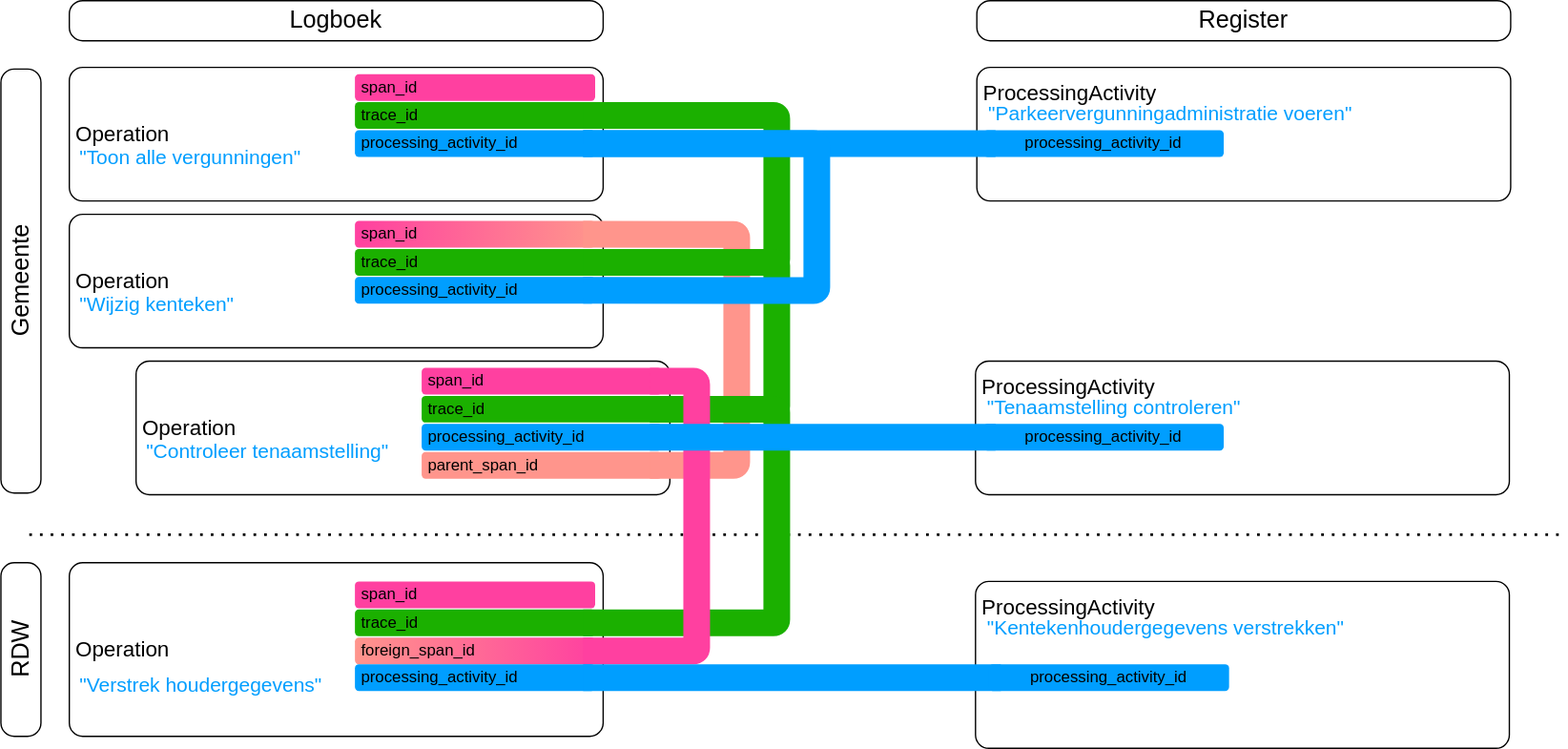
This is media/relatie_logboekelementen_afbeelding14.svg from Logius-standaarden/logboek-dataverwerkingen-inleiding, a draw.io export, as it was before one commit. Source tidied: cells renumbered, new cells last; positions are measured from the earlier drawing's top-left corner, leaving out a move shared by most shapes. Source of this version:
```xml
<mxGraphModel>
  <root>
    <mxCell id="0" />
    <mxCell id="1" parent="0" />
    <mxCell id="2" value="Operation" style="rounded=1;whiteSpace=wrap;html=1;align=left;fontSize=16;spacing=5;absoluteArcSize=1;fillColor=none;" parent="1" vertex="1">
      <mxGeometry x="195" y="50" width="400" height="100" as="geometry" />
    </mxCell>
    <mxCell id="3" value="trace_id" style="rounded=1;whiteSpace=wrap;html=1;strokeColor=none;fillColor=#1BB000;points=[[0,0,0,0,0],[0,0.25,0,0,0],[0,0.75,0,0,0],[0,1,0,0,0],[0.05,0.5,0,0,0],[0.25,0,0,0,0],[0.25,1,0,0,0],[0.5,0,0,0,0],[0.5,1,0,0,0],[0.75,0,0,0,0],[0.75,1,0,0,0],[0.95,0.5,0,0,0],[1,0,0,0,0],[1,0.25,0,0,0],[1,0.75,0,0,0],[1,1,0,0,0]];align=left;spacing=5;" parent="1" vertex="1">
      <mxGeometry x="409" y="76" width="180" height="20" as="geometry" />
    </mxCell>
    <mxCell id="4" value="&quot;Toon alle vergunningen&quot;" style="text;html=1;align=left;verticalAlign=middle;whiteSpace=wrap;rounded=0;fontStyle=0;fontSize=15;fontColor=#009EFF;" parent="1" vertex="1">
      <mxGeometry x="201" y="102" width="204" height="30" as="geometry" />
    </mxCell>
    <mxCell id="5" value="processing_activity_id" style="rounded=1;whiteSpace=wrap;html=1;strokeColor=none;fillColor=#009EFF;points=[[0,0,0,0,0],[0,0.25,0,0,0],[0,0.75,0,0,0],[0,1,0,0,0],[0.05,0.5,0,0,0],[0.25,0,0,0,0],[0.25,1,0,0,0],[0.5,0,0,0,0],[0.5,1,0,0,0],[0.75,0,0,0,0],[0.75,1,0,0,0],[0.95,0.5,0,0,0],[1,0,0,0,0],[1,0.25,0,0,0],[1,0.75,0,0,0],[1,1,0,0,0]];align=left;spacing=5;" parent="1" vertex="1">
      <mxGeometry x="409" y="97" width="180" height="20" as="geometry" />
    </mxCell>
    <mxCell id="6" value="Operation" style="rounded=1;whiteSpace=wrap;html=1;align=left;fontSize=16;spacing=5;absoluteArcSize=1;fillColor=none;" parent="1" vertex="1">
      <mxGeometry x="195" y="160" width="400" height="100" as="geometry" />
    </mxCell>
    <mxCell id="7" value="trace_id" style="rounded=1;whiteSpace=wrap;html=1;strokeColor=none;fillColor=#1BB000;points=[[0,0,0,0,0],[0,0.25,0,0,0],[0,0.75,0,0,0],[0,1,0,0,0],[0.05,0.5,0,0,0],[0.25,0,0,0,0],[0.25,1,0,0,0],[0.5,0,0,0,0],[0.5,1,0,0,0],[0.75,0,0,0,0],[0.75,1,0,0,0],[0.95,0.5,0,0,0],[1,0,0,0,0],[1,0.25,0,0,0],[1,0.75,0,0,0],[1,1,0,0,0]];align=left;spacing=5;" parent="1" vertex="1">
      <mxGeometry x="409" y="186" width="180" height="20" as="geometry" />
    </mxCell>
    <mxCell id="8" value="&quot;Wijzig kenteken&quot;" style="text;html=1;align=left;verticalAlign=middle;whiteSpace=wrap;rounded=0;fontStyle=0;fontSize=15;fontColor=#009EFF;" parent="1" vertex="1">
      <mxGeometry x="201" y="212" width="204" height="30" as="geometry" />
    </mxCell>
    <mxCell id="9" value="processing_activity_id" style="rounded=1;whiteSpace=wrap;html=1;strokeColor=none;fillColor=#009EFF;points=[[0,0,0,0,0],[0,0.25,0,0,0],[0,0.75,0,0,0],[0,1,0,0,0],[0.05,0.5,0,0,0],[0.25,0,0,0,0],[0.25,1,0,0,0],[0.5,0,0,0,0],[0.5,1,0,0,0],[0.75,0,0,0,0],[0.75,1,0,0,0],[0.95,0.5,0,0,0],[1,0,0,0,0],[1,0.25,0,0,0],[1,0.75,0,0,0],[1,1,0,0,0]];align=left;spacing=5;" parent="1" vertex="1">
      <mxGeometry x="409" y="207" width="180" height="20" as="geometry" />
    </mxCell>
    <mxCell id="10" value="span_id" style="rounded=1;whiteSpace=wrap;html=1;strokeColor=none;fillColor=light-dark(#ff40a0, #22a20b);align=left;spacing=5;" parent="1" vertex="1">
      <mxGeometry x="409" y="55" width="180" height="20" as="geometry" />
    </mxCell>
    <mxCell id="11" value="span_id" style="rounded=1;whiteSpace=wrap;html=1;strokeColor=none;fillColor=light-dark(#ff40a0, #22a20b);points=[[0,0,0,0,0],[0,0.25,0,0,0],[0,0.75,0,0,0],[0,1,0,0,0],[0.05,0.5,0,0,0],[0.25,0,0,0,0],[0.25,1,0,0,0],[0.5,0,0,0,0],[0.5,1,0,0,0],[0.75,0,0,0,0],[0.75,1,0,0,0],[0.95,0.5,0,0,0],[1,0,0,0,0],[1,0.25,0,0,0],[1,0.75,0,0,0],[1,1,0,0,0]];align=left;spacing=5;gradientColor=#FF958C;gradientDirection=east;" parent="1" vertex="1">
      <mxGeometry x="409" y="165" width="180" height="20" as="geometry" />
    </mxCell>
    <mxCell id="12" value="Operation" style="rounded=1;whiteSpace=wrap;html=1;align=left;fontSize=16;spacing=5;absoluteArcSize=1;fillColor=none;" parent="1" vertex="1">
      <mxGeometry x="245" y="270" width="400" height="100" as="geometry" />
    </mxCell>
    <mxCell id="13" value="trace_id" style="rounded=1;whiteSpace=wrap;html=1;strokeColor=none;fillColor=#1BB000;points=[[0,0,0,0,0],[0,0.25,0,0,0],[0,0.75,0,0,0],[0,1,0,0,0],[0.05,0.5,0,0,0],[0.25,0,0,0,0],[0.25,1,0,0,0],[0.5,0,0,0,0],[0.5,1,0,0,0],[0.75,0,0,0,0],[0.75,1,0,0,0],[0.95,0.5,0,0,0],[1,0,0,0,0],[1,0.25,0,0,0],[1,0.75,0,0,0],[1,1,0,0,0]];align=left;spacing=5;" parent="1" vertex="1">
      <mxGeometry x="459" y="296" width="180" height="20" as="geometry" />
    </mxCell>
    <mxCell id="14" value="&quot;Controleer tenaamstelling&quot;" style="text;html=1;align=left;verticalAlign=middle;whiteSpace=wrap;rounded=0;fontStyle=0;fontSize=15;fontColor=#009EFF;" parent="1" vertex="1">
      <mxGeometry x="251" y="322" width="204" height="30" as="geometry" />
    </mxCell>
    <mxCell id="15" value="processing_activity_id" style="rounded=1;whiteSpace=wrap;html=1;strokeColor=none;fillColor=#009EFF;points=[[0,0,0,0,0],[0,0.25,0,0,0],[0,0.75,0,0,0],[0,1,0,0,0],[0.05,0.5,0,0,0],[0.25,0,0,0,0],[0.25,1,0,0,0],[0.5,0,0,0,0],[0.5,1,0,0,0],[0.75,0,0,0,0],[0.75,1,0,0,0],[0.95,0.5,0,0,0],[1,0,0,0,0],[1,0.25,0,0,0],[1,0.75,0,0,0],[1,1,0,0,0]];align=left;spacing=5;" parent="1" vertex="1">
      <mxGeometry x="459" y="317" width="180" height="20" as="geometry" />
    </mxCell>
    <mxCell id="16" value="span_id" style="rounded=1;whiteSpace=wrap;html=1;strokeColor=none;fillColor=light-dark(#ff40a0, #22a20b);points=[[0,0,0,0,0],[0,0.25,0,0,0],[0,0.75,0,0,0],[0,1,0,0,0],[0.05,0.5,0,0,0],[0.25,0,0,0,0],[0.25,1,0,0,0],[0.5,0,0,0,0],[0.5,1,0,0,0],[0.75,0,0,0,0],[0.75,1,0,0,0],[0.95,0.5,0,0,0],[1,0,0,0,0],[1,0.25,0,0,0],[1,0.75,0,0,0],[1,1,0,0,0]];align=left;spacing=5;" parent="1" vertex="1">
      <mxGeometry x="459" y="275" width="180" height="20" as="geometry" />
    </mxCell>
    <mxCell id="17" value="Operation" style="rounded=1;whiteSpace=wrap;html=1;align=left;fontSize=16;spacing=5;absoluteArcSize=1;fillColor=none;" parent="1" vertex="1">
      <mxGeometry x="195" y="421" width="400" height="130" as="geometry" />
    </mxCell>
    <mxCell id="18" value="trace_id" style="rounded=1;whiteSpace=wrap;html=1;strokeColor=none;fillColor=#1BB000;points=[[0,0,0,0,0],[0,0.25,0,0,0],[0,0.75,0,0,0],[0,1,0,0,0],[0.05,0.5,0,0,0],[0.25,0,0,0,0],[0.25,1,0,0,0],[0.5,0,0,0,0],[0.5,1,0,0,0],[0.75,0,0,0,0],[0.75,1,0,0,0],[0.95,0.5,0,0,0],[1,0,0,0,0],[1,0.25,0,0,0],[1,0.75,0,0,0],[1,1,0,0,0]];align=left;spacing=5;gradientColor=none;gradientDirection=west;" parent="1" vertex="1">
      <mxGeometry x="409" y="456" width="180" height="20" as="geometry" />
    </mxCell>
    <mxCell id="19" value="&quot;Verstrek houdergegevens&quot;" style="text;html=1;align=left;verticalAlign=middle;whiteSpace=wrap;rounded=0;fontStyle=0;fontSize=15;fontColor=#009EFF;" parent="1" vertex="1">
      <mxGeometry x="201" y="497" width="204" height="30" as="geometry" />
    </mxCell>
    <mxCell id="20" value="foreign_span_id" style="rounded=1;whiteSpace=wrap;html=1;strokeColor=none;fillColor=#FF958C;points=[[0,0,0,0,0],[0,0.25,0,0,0],[0,0.75,0,0,0],[0,1,0,0,0],[0.05,0.5,0,0,0],[0.25,0,0,0,0],[0.25,1,0,0,0],[0.5,0,0,0,0],[0.5,1,0,0,0],[0.75,0,0,0,0],[0.75,1,0,0,0],[0.95,0.5,0,0,0],[1,0,0,0,0],[1,0.25,0,0,0],[1,0.75,0,0,0],[1,1,0,0,0]];align=left;spacing=5;gradientColor=#FF40A0;gradientDirection=east;" parent="1" vertex="1">
      <mxGeometry x="409" y="477" width="180" height="20" as="geometry" />
    </mxCell>
    <mxCell id="21" value="span_id" style="rounded=1;whiteSpace=wrap;html=1;strokeColor=none;fillColor=light-dark(#ff40a0, #22a20b);align=left;spacing=5;" parent="1" vertex="1">
      <mxGeometry x="409" y="435" width="180" height="20" as="geometry" />
    </mxCell>
    <mxCell id="22" value="parent_span_id" style="rounded=1;whiteSpace=wrap;html=1;strokeColor=none;fillColor=#FF958C;points=[[0,0,0,0,0],[0,0.25,0,0,0],[0,0.75,0,0,0],[0,1,0,0,0],[0.05,0.5,0,0,0],[0.25,0,0,0,0],[0.25,1,0,0,0],[0.5,0,0,0,0],[0.5,1,0,0,0],[0.75,0,0,0,0],[0.75,1,0,0,0],[0.95,0.5,0,0,0],[1,0,0,0,0],[1,0.25,0,0,0],[1,0.75,0,0,0],[1,1,0,0,0]];align=left;spacing=5;gradientColor=none;gradientDirection=east;" parent="1" vertex="1">
      <mxGeometry x="459" y="338" width="180" height="20" as="geometry" />
    </mxCell>
    <mxCell id="23" style="edgeStyle=orthogonalEdgeStyle;rounded=1;jettySize=auto;html=1;entryX=0.95;entryY=0.5;entryDx=0;entryDy=0;entryPerimeter=0;endArrow=none;startFill=0;strokeWidth=20;exitX=0.95;exitY=0.5;exitDx=0;exitDy=0;exitPerimeter=0;strokeColor=#FF958C;curved=0;arcSize=5;" parent="1" edge="1" source="11" target="22">
      <mxGeometry relative="1" as="geometry">
        <Array as="points">
          <mxPoint x="695" y="175" />
          <mxPoint x="695" y="348" />
        </Array>
      </mxGeometry>
    </mxCell>
    <mxCell id="24" style="edgeStyle=orthogonalEdgeStyle;rounded=1;jettySize=auto;html=1;entryX=0.95;entryY=0.5;entryDx=0;entryDy=0;entryPerimeter=0;endArrow=none;startFill=0;strokeWidth=20;exitX=0.95;exitY=0.5;exitDx=0;exitDy=0;exitPerimeter=0;strokeColor=#1BB000;curved=0;arcSize=5;" parent="1" edge="1" source="3" target="7">
      <mxGeometry relative="1" as="geometry">
        <Array as="points">
          <mxPoint x="725" y="86" />
          <mxPoint x="725" y="196" />
        </Array>
      </mxGeometry>
    </mxCell>
    <mxCell id="25" style="edgeStyle=orthogonalEdgeStyle;rounded=1;jettySize=auto;html=1;endArrow=none;startFill=0;strokeWidth=20;strokeColor=#1BB000;curved=0;arcSize=5;entryX=0.95;entryY=0.5;entryDx=0;entryDy=0;entryPerimeter=0;exitX=0.95;exitY=0.5;exitDx=0;exitDy=0;exitPerimeter=0;" parent="1" edge="1" source="7" target="13">
      <mxGeometry relative="1" as="geometry">
        <Array as="points">
          <mxPoint x="725" y="196" />
          <mxPoint x="725" y="306" />
        </Array>
      </mxGeometry>
    </mxCell>
    <mxCell id="26" value="ProcessingActivity" style="rounded=1;whiteSpace=wrap;html=1;align=left;fontSize=16;spacing=5;absoluteArcSize=1;verticalAlign=top;fillColor=none;" parent="1" vertex="1">
      <mxGeometry x="875" y="50" width="400" height="100" as="geometry" />
    </mxCell>
    <mxCell id="27" value="&quot;Parkeervergunningadministratie voeren&quot;" style="text;html=1;align=left;verticalAlign=middle;whiteSpace=wrap;rounded=0;fontStyle=0;fontSize=15;fontColor=#009EFF;" parent="1" vertex="1">
      <mxGeometry x="882" y="69" width="374" height="30" as="geometry" />
    </mxCell>
    <mxCell id="28" value="processing_activity_id" style="rounded=1;whiteSpace=wrap;html=1;strokeColor=none;fillColor=#009EFF;points=[[0,0,0,0,0],[0,0.25,0,0,0],[0,0.75,0,0,0],[0,1,0,0,0],[0.05,0.5,0,0,0],[0.25,0,0,0,0],[0.25,1,0,0,0],[0.5,0,0,0,0],[0.5,1,0,0,0],[0.75,0,0,0,0],[0.75,1,0,0,0],[0.95,0.5,0,0,0],[1,0,0,0,0],[1,0.25,0,0,0],[1,0.75,0,0,0],[1,1,0,0,0]];align=center;spacing=5;" parent="1" vertex="1">
      <mxGeometry x="880" y="97" width="180" height="20" as="geometry" />
    </mxCell>
    <mxCell id="29" style="edgeStyle=orthogonalEdgeStyle;rounded=1;jettySize=auto;html=1;endArrow=none;startFill=0;strokeWidth=20;exitX=0.95;exitY=0.5;exitDx=0;exitDy=0;exitPerimeter=0;strokeColor=#009EFF;curved=0;arcSize=5;entryX=0.05;entryY=0.5;entryDx=0;entryDy=0;entryPerimeter=0;" parent="1" edge="1" source="5" target="28">
      <mxGeometry relative="1" as="geometry" />
    </mxCell>
    <mxCell id="30" value="ProcessingActivity" style="rounded=1;whiteSpace=wrap;html=1;align=left;fontSize=16;spacing=5;absoluteArcSize=1;verticalAlign=top;fillColor=none;" parent="1" vertex="1">
      <mxGeometry x="874" y="270" width="400" height="100" as="geometry" />
    </mxCell>
    <mxCell id="31" value="processing_activity_id" style="rounded=1;whiteSpace=wrap;html=1;strokeColor=none;fillColor=#009EFF;points=[[0,0,0,0,0],[0,0.25,0,0,0],[0,0.75,0,0,0],[0,1,0,0,0],[0.05,0.5,0,0,0],[0.25,0,0,0,0],[0.25,1,0,0,0],[0.5,0,0,0,0],[0.5,1,0,0,0],[0.75,0,0,0,0],[0.75,1,0,0,0],[0.95,0.5,0,0,0],[1,0,0,0,0],[1,0.25,0,0,0],[1,0.75,0,0,0],[1,1,0,0,0]];align=center;spacing=5;" parent="1" vertex="1">
      <mxGeometry x="880" y="317" width="180" height="20" as="geometry" />
    </mxCell>
    <mxCell id="32" value="&quot;Tenaamstelling controleren&quot;" style="text;html=1;align=left;verticalAlign=middle;whiteSpace=wrap;rounded=0;fontStyle=0;fontSize=15;fontColor=#009EFF;" parent="1" vertex="1">
      <mxGeometry x="881" y="289" width="374" height="30" as="geometry" />
    </mxCell>
    <mxCell id="33" value="ProcessingActivity" style="rounded=1;whiteSpace=wrap;html=1;align=left;fontSize=16;spacing=5;absoluteArcSize=1;verticalAlign=top;fillColor=none;" parent="1" vertex="1">
      <mxGeometry x="874" y="435" width="400" height="125" as="geometry" />
    </mxCell>
    <mxCell id="34" style="endArrow=none;dashed=1;html=1;dashPattern=1 3;strokeWidth=2;rounded=0;" parent="1" edge="1">
      <mxGeometry relative="1" as="geometry">
        <mxPoint x="165" y="400" as="sourcePoint" />
        <mxPoint x="1315" y="400" as="targetPoint" />
      </mxGeometry>
    </mxCell>
    <mxCell id="35" value="Gemeente" style="text;html=1;align=center;verticalAlign=middle;whiteSpace=wrap;rounded=1;rotation=-90;fontSize=18;fillColor=none;strokeColor=default;absoluteArcSize=1;" parent="1" vertex="1">
      <mxGeometry y="195" width="317.5" height="30" as="geometry" />
    </mxCell>
    <mxCell id="36" value="RDW" style="text;html=1;align=center;verticalAlign=middle;whiteSpace=wrap;rounded=1;rotation=-90;fontSize=18;fillColor=none;strokeColor=default;absoluteArcSize=1;" parent="1" vertex="1">
      <mxGeometry x="93.8" y="471" width="130" height="30" as="geometry" />
    </mxCell>
    <mxCell id="37" value="Logboek" style="text;html=1;align=center;verticalAlign=middle;whiteSpace=wrap;rounded=1;rotation=0;fontSize=18;fillColor=none;strokeColor=default;absoluteArcSize=1;" parent="1" vertex="1">
      <mxGeometry x="195" width="400" height="30" as="geometry" />
    </mxCell>
    <mxCell id="38" value="Register" style="text;html=1;align=center;verticalAlign=middle;whiteSpace=wrap;rounded=1;rotation=0;fontSize=18;fillColor=none;strokeColor=default;absoluteArcSize=1;" parent="1" vertex="1">
      <mxGeometry x="875" width="400" height="30" as="geometry" />
    </mxCell>
    <mxCell id="39" style="edgeStyle=orthogonalEdgeStyle;rounded=1;jettySize=auto;html=1;endArrow=none;startFill=0;strokeWidth=20;strokeColor=#1BB000;curved=0;arcSize=5;entryX=0.95;entryY=0.5;entryDx=0;entryDy=0;entryPerimeter=0;exitX=0.95;exitY=0.5;exitDx=0;exitDy=0;exitPerimeter=0;" parent="1" edge="1" source="13" target="18">
      <mxGeometry relative="1" as="geometry">
        <Array as="points">
          <mxPoint x="725" y="306" />
          <mxPoint x="725" y="466" />
        </Array>
      </mxGeometry>
    </mxCell>
    <mxCell id="40" style="edgeStyle=orthogonalEdgeStyle;rounded=1;jettySize=auto;html=1;entryX=0.95;entryY=0.5;entryDx=0;entryDy=0;entryPerimeter=0;endArrow=none;startFill=0;strokeWidth=20;exitX=0.95;exitY=0.5;exitDx=0;exitDy=0;exitPerimeter=0;strokeColor=#009EFF;curved=0;arcSize=5;" parent="1" edge="1" source="5" target="9">
      <mxGeometry relative="1" as="geometry">
        <Array as="points">
          <mxPoint x="755" y="107" />
          <mxPoint x="755" y="217" />
        </Array>
      </mxGeometry>
    </mxCell>
    <mxCell id="41" style="edgeStyle=orthogonalEdgeStyle;rounded=1;jettySize=auto;html=1;entryX=0.95;entryY=0.5;entryDx=0;entryDy=0;entryPerimeter=0;endArrow=none;startFill=0;strokeWidth=20;exitX=0.95;exitY=0.5;exitDx=0;exitDy=0;exitPerimeter=0;strokeColor=#FF40A0;curved=0;arcSize=5;" parent="1" edge="1" source="16" target="20">
      <mxGeometry relative="1" as="geometry">
        <Array as="points">
          <mxPoint x="665" y="285" />
          <mxPoint x="665" y="487" />
        </Array>
      </mxGeometry>
    </mxCell>
    <mxCell id="42" value="&quot;Kentekenhoudergegevens verstrekken&quot;" style="text;html=1;align=left;verticalAlign=middle;whiteSpace=wrap;rounded=0;fontStyle=0;fontSize=15;fontColor=#009EFF;" parent="1" vertex="1">
      <mxGeometry x="881" y="454" width="374" height="30" as="geometry" />
    </mxCell>
    <mxCell id="43" style="edgeStyle=orthogonalEdgeStyle;rounded=1;jettySize=auto;html=1;entryX=0.95;entryY=0.5;entryDx=0;entryDy=0;entryPerimeter=0;endArrow=none;startFill=0;strokeWidth=20;exitX=0.05;exitY=0.5;exitDx=0;exitDy=0;exitPerimeter=0;strokeColor=#009EFF;curved=0;arcSize=5;" parent="1" edge="1" source="31" target="15">
      <mxGeometry relative="1" as="geometry" />
    </mxCell>
    <mxCell id="44" value="processing_activity_id" style="rounded=1;whiteSpace=wrap;html=1;strokeColor=none;fillColor=#009EFF;points=[[0,0,0,0,0],[0,0.25,0,0,0],[0,0.75,0,0,0],[0,1,0,0,0],[0.05,0.5,0,0,0],[0.25,0,0,0,0],[0.25,1,0,0,0],[0.5,0,0,0,0],[0.5,1,0,0,0],[0.75,0,0,0,0],[0.75,1,0,0,0],[0.95,0.5,0,0,0],[1,0,0,0,0],[1,0.25,0,0,0],[1,0.75,0,0,0],[1,1,0,0,0]];align=left;spacing=5;" parent="1" vertex="1">
      <mxGeometry x="409" y="497" width="180" height="20" as="geometry" />
    </mxCell>
    <mxCell id="45" style="edgeStyle=orthogonalEdgeStyle;rounded=1;jettySize=auto;html=1;entryX=0.95;entryY=0.5;entryDx=0;entryDy=0;entryPerimeter=0;endArrow=none;startFill=0;strokeWidth=20;exitX=0.05;exitY=0.5;exitDx=0;exitDy=0;exitPerimeter=0;strokeColor=#009EFF;curved=0;arcSize=5;" parent="1" edge="1" source="46" target="44">
      <mxGeometry relative="1" as="geometry" />
    </mxCell>
    <mxCell id="46" value="processing_activity_id" style="rounded=1;whiteSpace=wrap;html=1;strokeColor=none;fillColor=#009EFF;points=[[0,0,0,0,0],[0,0.25,0,0,0],[0,0.75,0,0,0],[0,1,0,0,0],[0.05,0.5,0,0,0],[0.25,0,0,0,0],[0.25,1,0,0,0],[0.5,0,0,0,0],[0.5,1,0,0,0],[0.75,0,0,0,0],[0.75,1,0,0,0],[0.95,0.5,0,0,0],[1,0,0,0,0],[1,0.25,0,0,0],[1,0.75,0,0,0],[1,1,0,0,0]];align=center;spacing=5;" parent="1" vertex="1">
      <mxGeometry x="884" y="497" width="180" height="20" as="geometry" />
    </mxCell>
  </root>
</mxGraphModel>
```
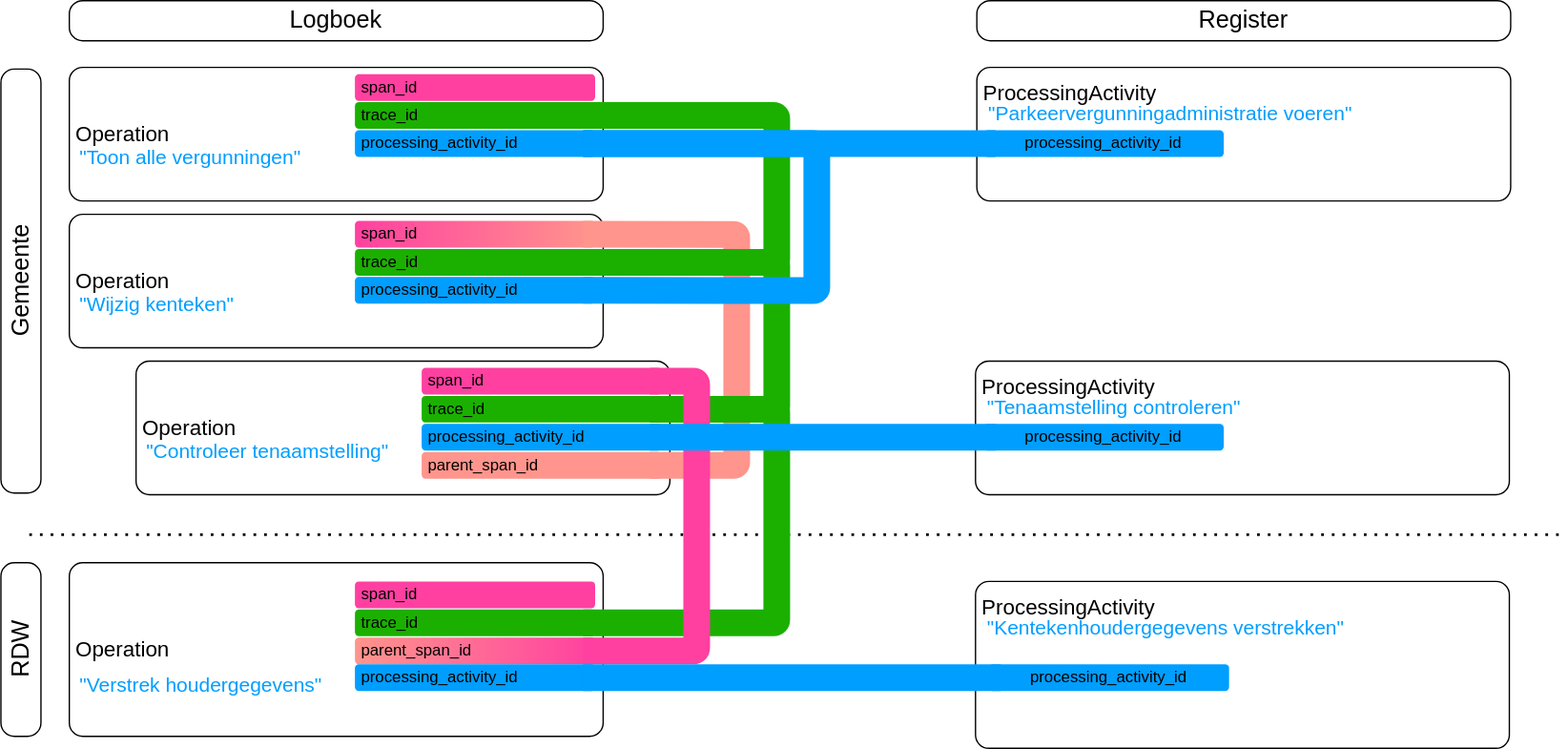
The same file after the commit.

Diff of the diagram source:
```diff
@@ -56,7 +56,7 @@
     <mxCell id="19" value="&quot;Verstrek houdergegevens&quot;" style="text;html=1;align=left;verticalAlign=middle;whiteSpace=wrap;rounded=0;fontStyle=0;fontSize=15;fontColor=#009EFF;" parent="1" vertex="1">
       <mxGeometry x="201" y="497" width="204" height="30" as="geometry" />
     </mxCell>
-    <mxCell id="20" value="foreign_span_id" style="rounded=1;whiteSpace=wrap;html=1;strokeColor=none;fillColor=#FF958C;points=[[0,0,0,0,0],[0,0.25,0,0,0],[0,0.75,0,0,0],[0,1,0,0,0],[0.05,0.5,0,0,0],[0.25,0,0,0,0],[0.25,1,0,0,0],[0.5,0,0,0,0],[0.5,1,0,0,0],[0.75,0,0,0,0],[0.75,1,0,0,0],[0.95,0.5,0,0,0],[1,0,0,0,0],[1,0.25,0,0,0],[1,0.75,0,0,0],[1,1,0,0,0]];align=left;spacing=5;gradientColor=#FF40A0;gradientDirection=east;" parent="1" vertex="1">
+    <mxCell id="20" value="parent_span_id" style="rounded=1;whiteSpace=wrap;html=1;strokeColor=none;fillColor=#FF958C;points=[[0,0,0,0,0],[0,0.25,0,0,0],[0,0.75,0,0,0],[0,1,0,0,0],[0.05,0.5,0,0,0],[0.25,0,0,0,0],[0.25,1,0,0,0],[0.5,0,0,0,0],[0.5,1,0,0,0],[0.75,0,0,0,0],[0.75,1,0,0,0],[0.95,0.5,0,0,0],[1,0,0,0,0],[1,0.25,0,0,0],[1,0.75,0,0,0],[1,1,0,0,0]];align=left;spacing=5;gradientColor=#FF40A0;gradientDirection=east;" parent="1" vertex="1">
       <mxGeometry x="409" y="477" width="180" height="20" as="geometry" />
     </mxCell>
     <mxCell id="21" value="span_id" style="rounded=1;whiteSpace=wrap;html=1;strokeColor=none;fillColor=light-dark(#ff40a0, #22a20b);align=left;spacing=5;" parent="1" vertex="1">
```
